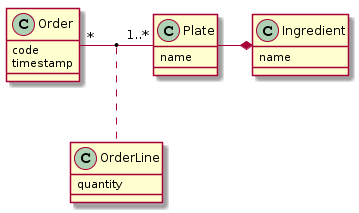
Earlier version of the PlantUML export art/order-model.png (tonilopezmr/restaurants). The source it was exported from:
```plantuml
@startuml
class Order {
  code
  timestamp
}

class Plate {
  name
}

class Ingredient {
  name
}

class OrderLine {
  quantity
}

Order "*" - "1..*" Plate
(Order, Plate) .. OrderLine
Plate -* Ingredient
@enduml
```
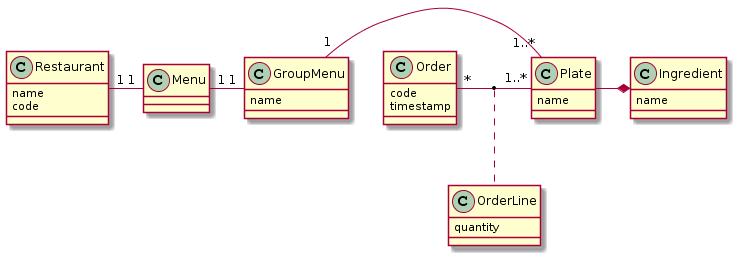
Later version of the same file.

Commit message:
Added restaurant model

What changed in the source:
```diff
@@ -16,7 +16,24 @@
   quantity
 }
 
+class Restaurant {
+  name
+  code
+}
+
+class Menu {
+
+}
+
+class GroupMenu {
+  name
+}
+
+
+Plate  -*  Ingredient
+Restaurant "1" - "1" Menu
+Menu "1" - "1" GroupMenu
+GroupMenu "1" - "1..*" Plate
 Order "*" - "1..*" Plate
 (Order, Plate) .. OrderLine
-Plate -* Ingredient
 @enduml
```
